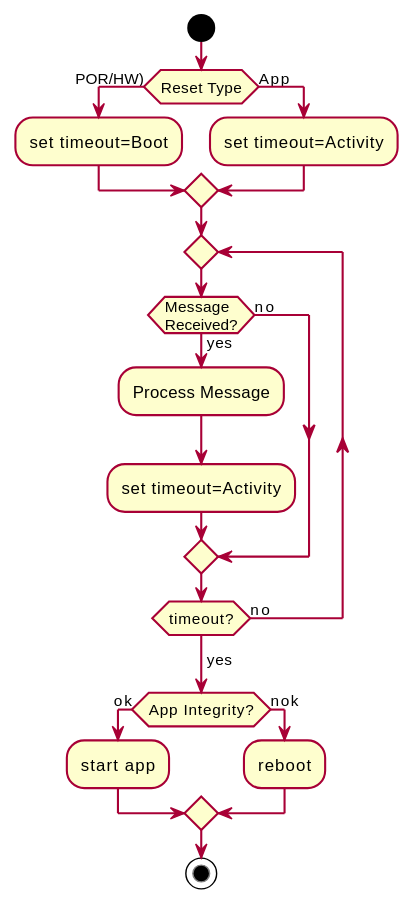
Earlier version of the PlantUML export doc/img/boot-start.svg (sectioncritical/atmega_can_bootloader).
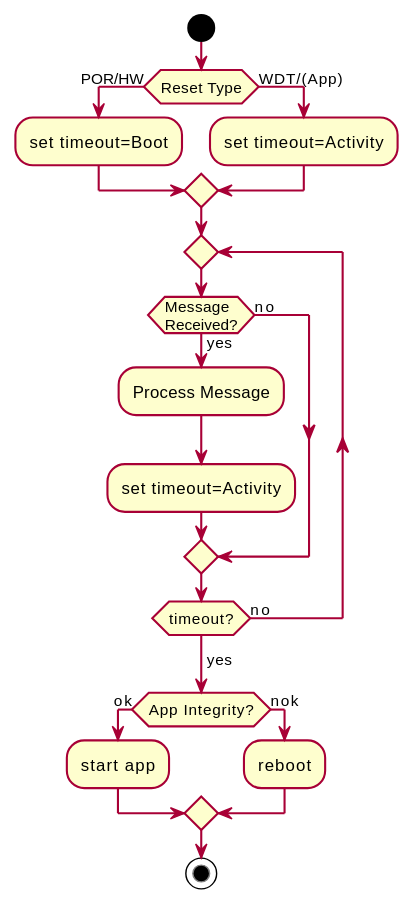
The same diagram one commit later.

Change to the diagram source:
```diff
@@ -3,9 +3,9 @@
 
 start
 
-if (Reset Type) then (POR/HW))
+if (Reset Type) then (POR/HW)
     :set timeout=Boot;
-else (App)
+else (WDT/(App))
     :set timeout=Activity;
 endif
 
```
